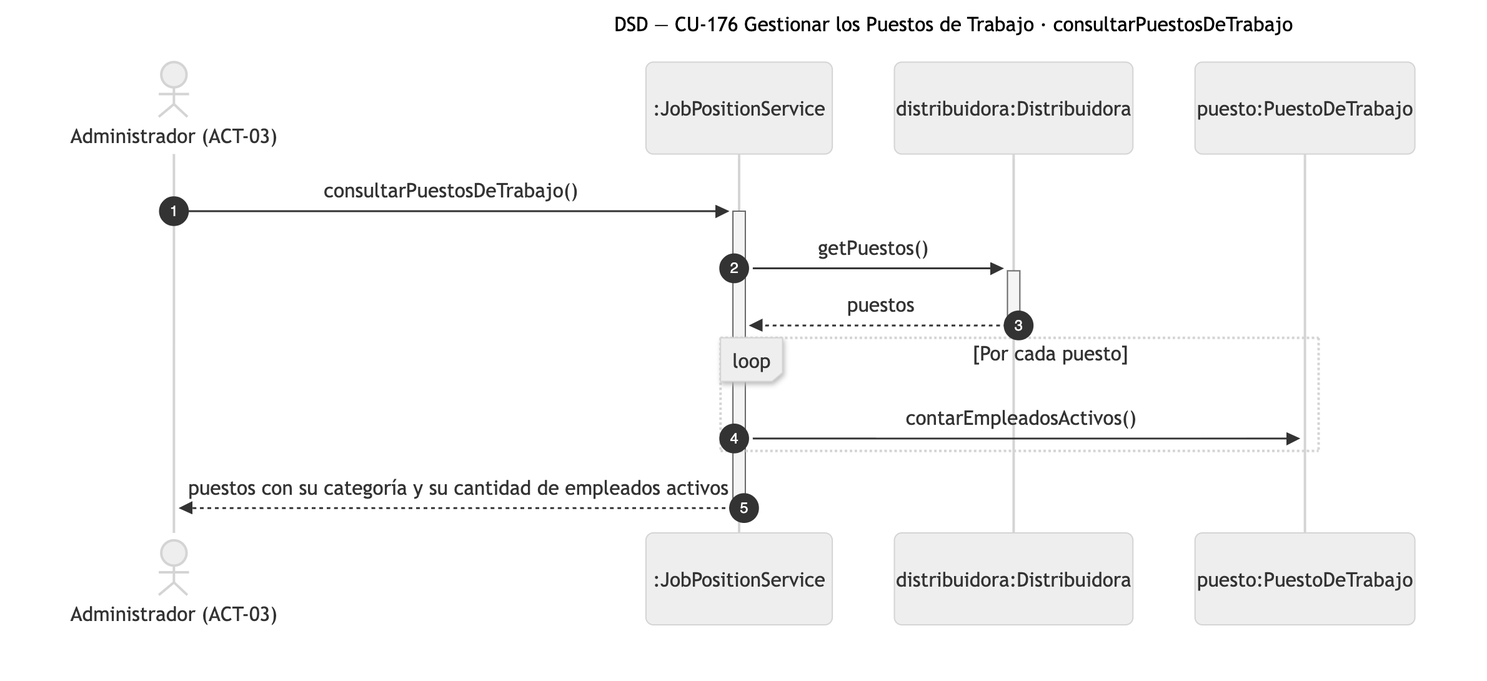
Earlier version of the Mermaid export diagramas/png/DSD_CU-176_consultarPuestosDeTrabajo.png (Nahuelito-Dev/splg-docs). Its source is kept beside it as diagramas/DSD_CU-176_consultarPuestosDeTrabajo.mmd. The source it was exported from:
```mermaid
sequenceDiagram
    title DSD — CU-176 Gestionar los Puestos de Trabajo · consultarPuestosDeTrabajo
    autonumber
    actor ADM as Administrador (ACT-03)
    participant SRV as :JobPositionService
    participant DIS as distribuidora:Distribuidora
    participant PUE as puesto:PuestoDeTrabajo

    ADM->>+SRV: consultarPuestosDeTrabajo()
    SRV->>+DIS: getPuestos()
    DIS-->>-SRV: puestos
    loop Por cada puesto
        SRV->>PUE: contarEmpleadosActivos()
    end
    SRV-->>-ADM: puestos con su categoría y su cantidad de empleados activos
```
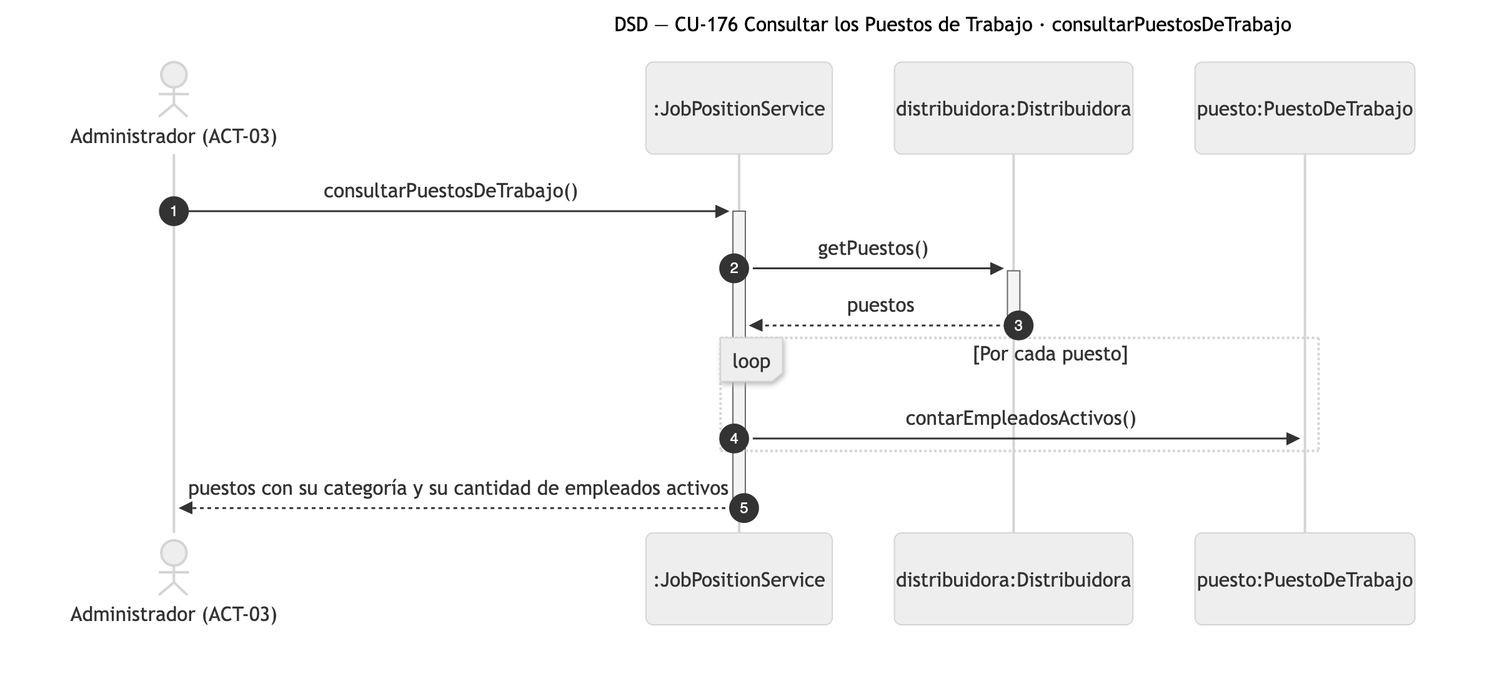
The same file after the commit.

What changed in the source:
```diff
@@ -1,5 +1,5 @@
 sequenceDiagram
-    title DSD — CU-176 Gestionar los Puestos de Trabajo · consultarPuestosDeTrabajo
+    title DSD — CU-176 Consultar los Puestos de Trabajo · consultarPuestosDeTrabajo
     autonumber
     actor ADM as Administrador (ACT-03)
     participant SRV as :JobPositionService
```
